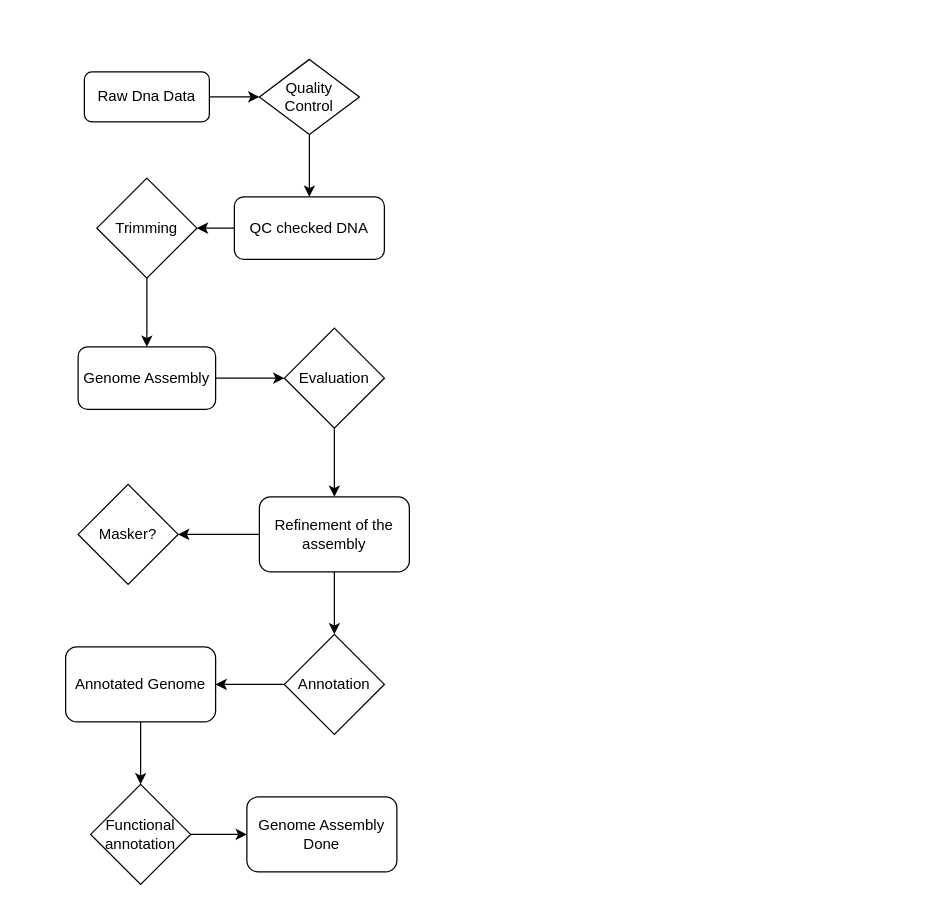
Earlier version of the draw.io diagram Workflow_genome_analysis.drawio (MikeGenes/GenomeProject). Source tidied: cells renumbered, new cells numbered last; positions are measured from the earlier drawing's top-left corner, leaving out a move shared by most shapes. Both pictures are drawn from the tidied source at 125%, with x=0, y=0 at pixel (65, 59).
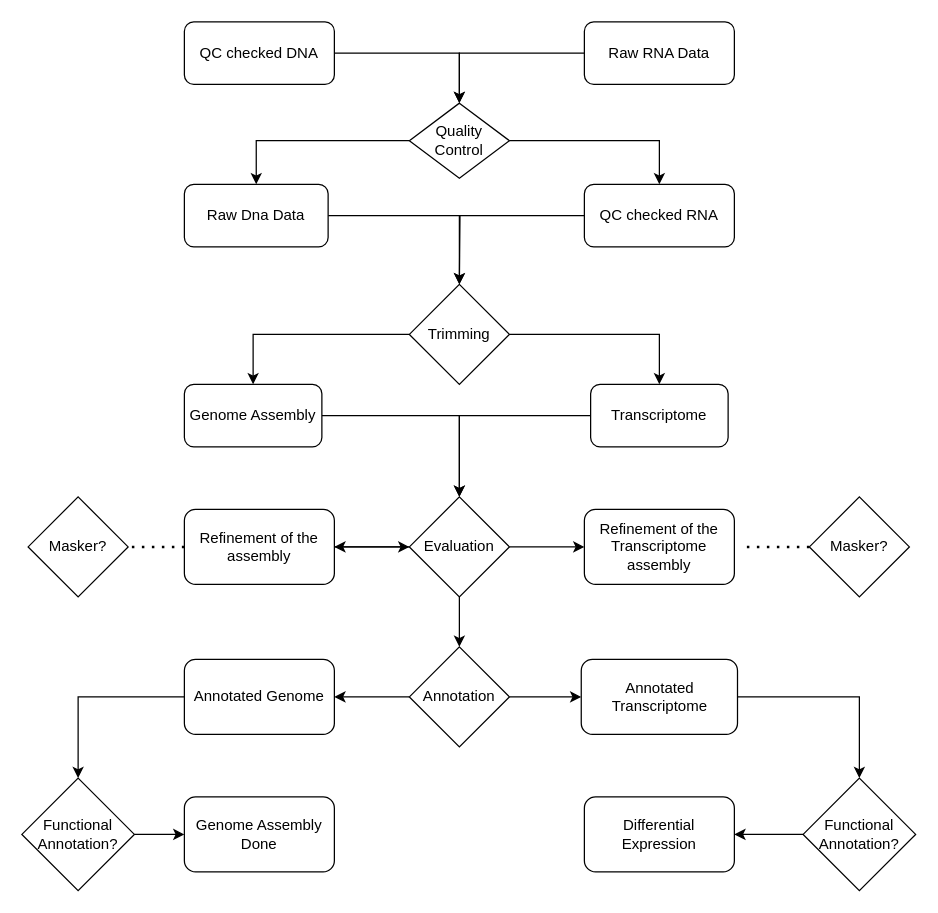
Above is the later version.

Change to the diagram source:
```diff
@@
-    <mxCell id="2" style="edgeStyle=orthogonalEdgeStyle;rounded=0;jettySize=auto;html=1;" parent="1" edge="1" source="3" target="5">
-      <mxGeometry relative="1" as="geometry" />
-    </mxCell>
+    <mxCell id="26" style="edgeStyle=orthogonalEdgeStyle;rounded=0;jettySize=auto;html=1;entryX=0.5;entryY=0;entryDx=0;entryDy=0;" parent="1" edge="1" source="3" target="9">
+      <mxGeometry relative="1" as="geometry" />
+    </mxCell>
     <mxCell id="3" value="Raw Dna Data" style="rounded=1;whiteSpace=wrap;html=1;" parent="1" vertex="1">
-      <mxGeometry x="15" y="10" width="100" height="40" as="geometry" />
+      <mxGeometry x="95" y="100" width="115" height="50" as="geometry" />
     </mxCell>
-    <mxCell id="4" style="edgeStyle=orthogonalEdgeStyle;rounded=0;jettySize=auto;html=1;" parent="1" edge="1" source="5" target="7">
-      <mxGeometry relative="1" as="geometry" />
-    </mxCell>
-    <mxCell id="5" value="Quality Control" style="rhombus;whiteSpace=wrap;html=1;" parent="1" vertex="1">
-      <mxGeometry x="155" width="80" height="60" as="geometry" />
-    </mxCell>
-    <mxCell id="6" style="edgeStyle=orthogonalEdgeStyle;rounded=0;jettySize=auto;html=1;" parent="1" edge="1" source="7" target="9">
-      <mxGeometry relative="1" as="geometry" />
-    </mxCell>
+    <mxCell id="27" style="edgeStyle=orthogonalEdgeStyle;rounded=0;jettySize=auto;html=1;entryX=0.5;entryY=0;entryDx=0;entryDy=0;" parent="1" edge="1" source="7" target="5">
+      <mxGeometry relative="1" as="geometry" />
+    </mxCell>
     <mxCell id="7" value="QC checked DNA" style="rounded=1;whiteSpace=wrap;html=1;" parent="1" vertex="1">
-      <mxGeometry x="135" y="110" width="120" height="50" as="geometry" />
+      <mxGeometry x="95" y="-30" width="120" height="50" as="geometry" />
     </mxCell>
-    <mxCell id="8" style="edgeStyle=orthogonalEdgeStyle;rounded=0;jettySize=auto;html=1;" parent="1" edge="1" source="9" target="11">
-      <mxGeometry relative="1" as="geometry" />
-    </mxCell>
-    <mxCell id="9" value="Trimming" style="rhombus;whiteSpace=wrap;html=1;rounded=0;" parent="1" vertex="1">
-      <mxGeometry x="25" y="95" width="80" height="80" as="geometry" />
-    </mxCell>
@@
     <mxCell id="11" value="Genome Assembly" style="rounded=1;whiteSpace=wrap;html=1;" parent="1" vertex="1">
-      <mxGeometry x="10" y="230" width="110" height="50" as="geometry" />
+      <mxGeometry x="95" y="260" width="110" height="50" as="geometry" />
     </mxCell>
@@
-    <mxCell id="13" value="Evaluation" style="rhombus;whiteSpace=wrap;html=1;rounded=0;" parent="1" vertex="1">
-      <mxGeometry x="175" y="215" width="80" height="80" as="geometry" />
-    </mxCell>
-    <mxCell id="14" style="edgeStyle=orthogonalEdgeStyle;rounded=0;jettySize=auto;html=1;" parent="1" edge="1" source="16" target="17">
-      <mxGeometry relative="1" as="geometry" />
-    </mxCell>
+    <mxCell id="28" style="edgeStyle=orthogonalEdgeStyle;rounded=0;jettySize=auto;html=1;" parent="1" edge="1" source="13" target="39">
+      <mxGeometry relative="1" as="geometry" />
+    </mxCell>
-    <mxCell id="15" style="edgeStyle=orthogonalEdgeStyle;rounded=0;jettySize=auto;html=1;" parent="1" edge="1" source="16" target="19">
+    <mxCell id="15" style="edgeStyle=orthogonalEdgeStyle;rounded=0;jettySize=auto;html=1;" parent="1" edge="1" source="13" target="19">
       <mxGeometry relative="1" as="geometry" />
     </mxCell>
     <mxCell id="16" value="Refinement of the assembly" style="whiteSpace=wrap;html=1;rounded=1;" parent="1" vertex="1">
-      <mxGeometry x="155" y="350" width="120" height="60" as="geometry" />
+      <mxGeometry x="95" y="360" width="120" height="60" as="geometry" />
     </mxCell>
     <mxCell id="17" value="Masker?" style="rhombus;whiteSpace=wrap;html=1;" parent="1" vertex="1">
-      <mxGeometry x="10" y="340" width="80" height="80" as="geometry" />
+      <mxGeometry x="-30" y="350" width="80" height="80" as="geometry" />
     </mxCell>
@@
+    <mxCell id="29" style="edgeStyle=orthogonalEdgeStyle;rounded=0;jettySize=auto;html=1;" parent="1" edge="1" source="19" target="42">
+      <mxGeometry relative="1" as="geometry" />
+    </mxCell>
     <mxCell id="19" value="Annotation" style="rhombus;whiteSpace=wrap;html=1;rounded=0;" parent="1" vertex="1">
-      <mxGeometry x="175" y="460" width="80" height="80" as="geometry" />
+      <mxGeometry x="275" y="470" width="80" height="80" as="geometry" />
     </mxCell>
-    <mxCell id="20" style="edgeStyle=orthogonalEdgeStyle;rounded=0;jettySize=auto;html=1;" parent="1" edge="1" source="21" target="23">
-      <mxGeometry relative="1" as="geometry" />
-    </mxCell>
+    <mxCell id="30" style="edgeStyle=orthogonalEdgeStyle;rounded=0;jettySize=auto;html=1;" parent="1" edge="1" source="21" target="51">
+      <mxGeometry relative="1" as="geometry" />
+    </mxCell>
     <mxCell id="21" value="Annotated Genome" style="whiteSpace=wrap;html=1;rounded=1;" parent="1" vertex="1">
-      <mxGeometry y="470" width="120" height="60" as="geometry" />
+      <mxGeometry x="95" y="480" width="120" height="60" as="geometry" />
     </mxCell>
-    <mxCell id="22" style="edgeStyle=orthogonalEdgeStyle;rounded=0;jettySize=auto;html=1;" parent="1" edge="1" source="23" target="24">
-      <mxGeometry relative="1" as="geometry" />
-    </mxCell>
-    <mxCell id="23" value="Functional annotation" style="rhombus;whiteSpace=wrap;html=1;" parent="1" vertex="1">
-      <mxGeometry x="20" y="580" width="80" height="80" as="geometry" />
-    </mxCell>
     <mxCell id="24" value="Genome Assembly Done" style="rounded=1;whiteSpace=wrap;html=1;" parent="1" vertex="1">
-      <mxGeometry x="145" y="590" width="120" height="60" as="geometry" />
+      <mxGeometry x="95" y="590" width="120" height="60" as="geometry" />
     </mxCell>
-    <mxCell id="25" style="edgeStyle=none;curved=1;rounded=0;orthogonalLoop=1;jettySize=auto;html=1;exitX=1;exitY=1;exitDx=0;exitDy=0;fontSize=12;startSize=8;endSize=8;" parent="1" edge="1" source="5" target="5">
-      <mxGeometry relative="1" as="geometry" />
+    <mxCell id="25" style="edgeStyle=none;curved=1;rounded=0;orthogonalLoop=1;jettySize=auto;html=1;exitX=1;exitY=1;exitDx=0;exitDy=0;fontSize=12;startSize=8;endSize=8;" parent="1" edge="1">
+      <mxGeometry relative="1" as="geometry">
+        <mxPoint x="215" y="45" as="sourcePoint" />
+        <mxPoint x="215" y="45" as="targetPoint" />
+      </mxGeometry>
     </mxCell>
+    <mxCell id="31" style="edgeStyle=orthogonalEdgeStyle;rounded=0;jettySize=auto;html=1;" parent="1" edge="1" source="32" target="5">
+      <mxGeometry relative="1" as="geometry" />
+    </mxCell>
+    <mxCell id="32" value="Raw RNA Data" style="rounded=1;whiteSpace=wrap;html=1;" parent="1" vertex="1">
+      <mxGeometry x="415" y="-30" width="120" height="50" as="geometry" />
+    </mxCell>
+    <mxCell id="33" style="edgeStyle=orthogonalEdgeStyle;rounded=0;jettySize=auto;html=1;" parent="1" edge="1" source="5" target="36">
+      <mxGeometry relative="1" as="geometry" />
+    </mxCell>
+    <mxCell id="34" style="edgeStyle=orthogonalEdgeStyle;rounded=0;jettySize=auto;html=1;entryX=0.5;entryY=0;entryDx=0;entryDy=0;" parent="1" edge="1" source="5" target="3">
+      <mxGeometry relative="1" as="geometry" />
+    </mxCell>
+    <mxCell id="5" value="Quality Control" style="rhombus;whiteSpace=wrap;html=1;" parent="1" vertex="1">
+      <mxGeometry x="275" y="35" width="80" height="60" as="geometry" />
+    </mxCell>
+    <mxCell id="35" style="edgeStyle=orthogonalEdgeStyle;rounded=0;jettySize=auto;html=1;" parent="1" edge="1" source="36">
+      <mxGeometry relative="1" as="geometry">
+        <mxPoint x="315" y="180" as="targetPoint" />
+      </mxGeometry>
+    </mxCell>
+    <mxCell id="36" value="QC checked RNA" style="rounded=1;whiteSpace=wrap;html=1;" parent="1" vertex="1">
+      <mxGeometry x="415" y="100" width="120" height="50" as="geometry" />
+    </mxCell>
+    <mxCell id="8" style="edgeStyle=orthogonalEdgeStyle;rounded=0;jettySize=auto;html=1;exitX=0;exitY=0.5;exitDx=0;exitDy=0;entryX=0.5;entryY=0;entryDx=0;entryDy=0;" parent="1" edge="1" source="9" target="11">
+      <mxGeometry relative="1" as="geometry" />
+    </mxCell>
+    <mxCell id="9" value="Trimming" style="rhombus;whiteSpace=wrap;html=1;rounded=0;" parent="1" vertex="1">
+      <mxGeometry x="275" y="180" width="80" height="80" as="geometry" />
+    </mxCell>
+    <mxCell id="37" style="edgeStyle=orthogonalEdgeStyle;rounded=0;jettySize=auto;html=1;exitX=0;exitY=0.5;exitDx=0;exitDy=0;" parent="1" edge="1" source="38" target="13">
+      <mxGeometry relative="1" as="geometry" />
+    </mxCell>
+    <mxCell id="38" value="Transcriptome" style="rounded=1;whiteSpace=wrap;html=1;" parent="1" vertex="1">
+      <mxGeometry x="420" y="260" width="110" height="50" as="geometry" />
+    </mxCell>
+    <mxCell id="39" value="Refinement of the Transcriptome assembly" style="whiteSpace=wrap;html=1;rounded=1;" parent="1" vertex="1">
+      <mxGeometry x="415" y="360" width="120" height="60" as="geometry" />
+    </mxCell>
+    <mxCell id="40" value="Masker?" style="rhombus;whiteSpace=wrap;html=1;" parent="1" vertex="1">
+      <mxGeometry x="595" y="350" width="80" height="80" as="geometry" />
+    </mxCell>
+    <mxCell id="41" style="edgeStyle=orthogonalEdgeStyle;rounded=0;jettySize=auto;html=1;" parent="1" edge="1" source="42" target="44">
+      <mxGeometry relative="1" as="geometry" />
+    </mxCell>
+    <mxCell id="42" value="Annotated Transcriptome" style="whiteSpace=wrap;html=1;rounded=1;" parent="1" vertex="1">
+      <mxGeometry x="412.5" y="480" width="125" height="60" as="geometry" />
+    </mxCell>
+    <mxCell id="43" style="edgeStyle=orthogonalEdgeStyle;rounded=0;jettySize=auto;html=1;" parent="1" edge="1" source="44" target="45">
+      <mxGeometry relative="1" as="geometry" />
+    </mxCell>
+    <mxCell id="44" value="Functional Annotation?" style="rhombus;whiteSpace=wrap;html=1;" parent="1" vertex="1">
+      <mxGeometry x="590" y="575" width="90" height="90" as="geometry" />
+    </mxCell>
+    <mxCell id="45" value="Differential Expression" style="rounded=1;whiteSpace=wrap;html=1;" parent="1" vertex="1">
+      <mxGeometry x="415" y="590" width="120" height="60" as="geometry" />
+    </mxCell>
+    <mxCell id="46" style="edgeStyle=none;curved=1;rounded=0;orthogonalLoop=1;jettySize=auto;html=1;exitX=1;exitY=1;exitDx=0;exitDy=0;fontSize=12;startSize=8;endSize=8;" parent="1" edge="1" source="5" target="5">
+      <mxGeometry relative="1" as="geometry" />
+    </mxCell>
+    <mxCell id="47" style="edgeStyle=orthogonalEdgeStyle;rounded=0;jettySize=auto;html=1;entryX=0.5;entryY=0;entryDx=0;entryDy=0;" parent="1" edge="1" source="9" target="38">
+      <mxGeometry relative="1" as="geometry" />
+    </mxCell>
+    <mxCell id="48" style="endArrow=none;dashed=1;html=1;dashPattern=1 3;strokeWidth=2;rounded=0;exitX=0;exitY=0.5;exitDx=0;exitDy=0;entryX=1.083;entryY=0.5;entryDx=0;entryDy=0;entryPerimeter=0;" parent="1" edge="1" source="40" target="39">
+      <mxGeometry relative="1" as="geometry">
+        <Array as="points">
+          <mxPoint x="585" y="390" />
+        </Array>
+      </mxGeometry>
+    </mxCell>
+    <mxCell id="14" style="endArrow=none;dashed=1;html=1;dashPattern=1 3;strokeWidth=2;rounded=0;entryX=1;entryY=0.5;entryDx=0;entryDy=0;exitX=0;exitY=0.5;exitDx=0;exitDy=0;" parent="1" edge="1" source="16" target="17">
+      <mxGeometry relative="1" as="geometry">
+        <Array as="points">
+          <mxPoint x="75" y="390" />
+        </Array>
+      </mxGeometry>
+    </mxCell>
+    <mxCell id="49" style="edgeStyle=orthogonalEdgeStyle;rounded=0;jettySize=auto;html=1;" parent="1" edge="1" source="16" target="13">
+      <mxGeometry relative="1" as="geometry" />
+    </mxCell>
+    <mxCell id="13" value="Evaluation" style="rhombus;whiteSpace=wrap;html=1;rounded=0;" parent="1" vertex="1">
+      <mxGeometry x="275" y="350" width="80" height="80" as="geometry" />
+    </mxCell>
+    <mxCell id="50" style="edgeStyle=orthogonalEdgeStyle;rounded=0;jettySize=auto;html=1;" parent="1" edge="1" source="51" target="24">
+      <mxGeometry relative="1" as="geometry" />
+    </mxCell>
+    <mxCell id="51" value="Functional Annotation?" style="rhombus;whiteSpace=wrap;html=1;" parent="1" vertex="1">
+      <mxGeometry x="-35" y="575" width="90" height="90" as="geometry" />
+    </mxCell>
```
